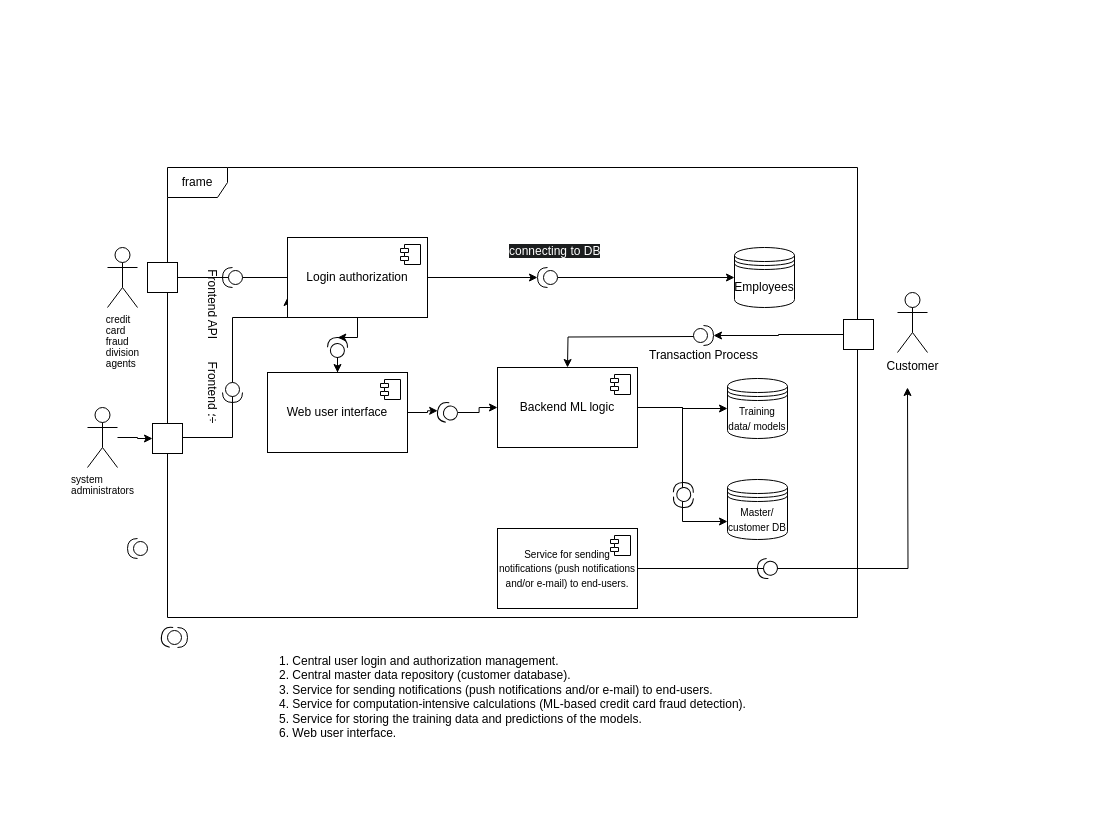
Before: gifs/Untitled Diagram.drawio in midani-47/midani-47, a draw.io diagram. Source tidied: cells renumbered, new cells numbered last; positions are measured from the earlier drawing's top-left corner, leaving out a move shared by most shapes. Both pictures are drawn from the tidied source at 100%, with x=0, y=0 at pixel (87, 167).
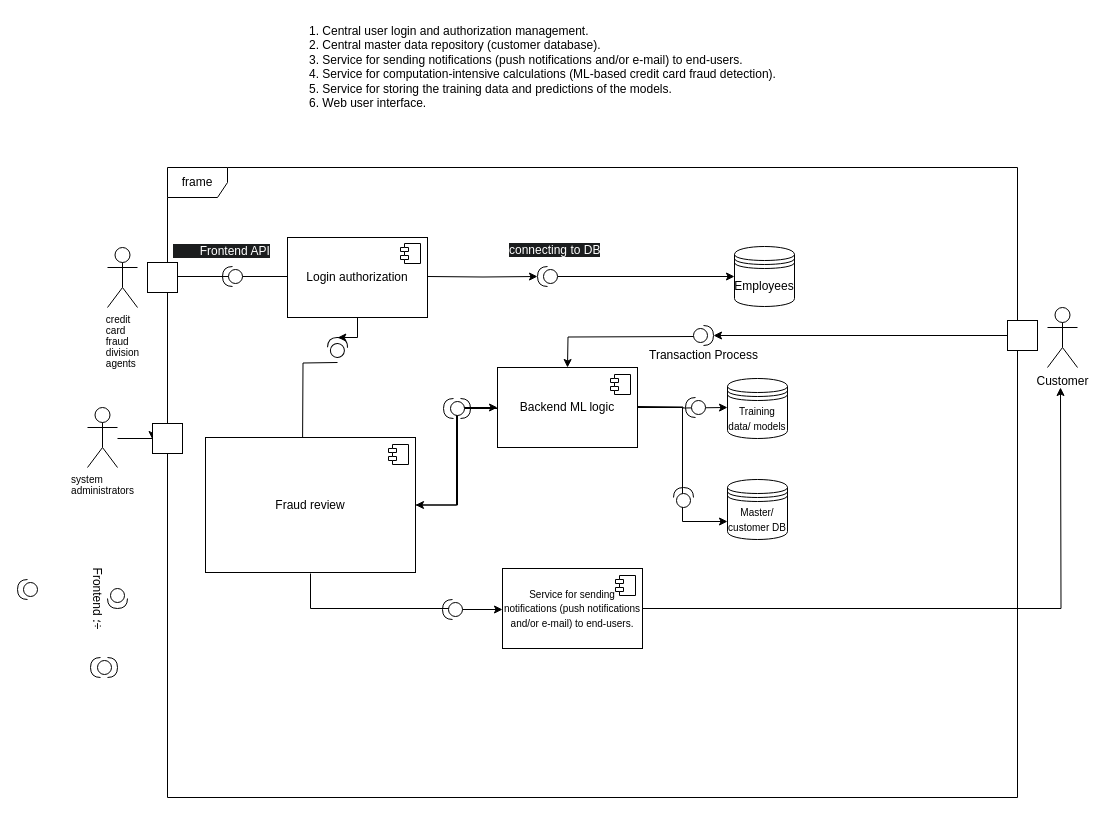
After the change.

The change refers to these unchanged cells:
```xml
<mxCell id="3" value="&lt;p style=&quot;margin: 0px; font-variant-numeric: normal; font-variant-east-asian: normal; font-variant-alternates: normal; font-size-adjust: none; font-kerning: auto; font-optical-sizing: auto; font-feature-settings: normal; font-variation-settings: normal; font-variant-position: normal; font-variant-emoji: normal; font-stretch: normal; font-size: 10px; line-height: normal; text-align: start; text-wrap-mode: wrap;&quot; class=&quot;p1&quot;&gt;&lt;font style=&quot;color: light-dark(rgb(0, 0, 0), rgb(255, 255, 255));&quot;&gt;system administrators&lt;/font&gt;&lt;/p&gt;" style="shape=umlActor;verticalLabelPosition=bottom;verticalAlign=top;html=1;outlineConnect=0;" parent="1" vertex="1">
  <mxGeometry y="240" width="30" height="60" as="geometry" />
</mxCell>
<mxCell id="6" style="shape=providedRequiredInterface;html=1;verticalLabelPosition=bottom;sketch=0;rotation=-88;" parent="1" vertex="1">
  <mxGeometry x="240" y="170" width="20" height="20" as="geometry" />
</mxCell>
<mxCell id="8" style="html=1;rounded=0;" parent="1" vertex="1">
  <mxGeometry x="60" y="95" width="30" height="30" as="geometry" />
</mxCell>
<mxCell id="11" style="html=1;rounded=0;" parent="1" vertex="1">
  <mxGeometry x="65" y="256" width="30" height="30" as="geometry" />
</mxCell>
<mxCell id="14" value="Login authorization" style="html=1;whiteSpace=wrap;" parent="1" vertex="1">
  <mxGeometry x="200" y="70" width="140" height="80" as="geometry" />
</mxCell>
<mxCell id="27" value="Backend ML logic" style="html=1;whiteSpace=wrap;" parent="1" vertex="1">
  <mxGeometry x="410" y="200" width="140" height="80" as="geometry" />
</mxCell>
<mxCell id="31" value="&lt;span style=&quot;font-size: 10px;&quot;&gt;Training data/ models&lt;/span&gt;" style="shape=datastore;whiteSpace=wrap;html=1;" parent="1" vertex="1">
  <mxGeometry x="640" y="211" width="60" height="60" as="geometry" />
</mxCell>
```

What changed in the source:
```diff
@@
-    <mxCell id="2" style="edgeStyle=orthogonalEdgeStyle;rounded=0;jettySize=auto;html=1;entryX=0;entryY=0.5;entryDx=0;entryDy=0;" parent="1" edge="1" source="3" target="11">
-      <mxGeometry relative="1" as="geometry" />
+    <mxCell id="2" style="edgeStyle=orthogonalEdgeStyle;rounded=0;orthogonalLoop=1;jettySize=auto;html=1;entryX=0;entryY=0.5;entryDx=0;entryDy=0;" parent="1" edge="1">
+      <mxGeometry relative="1" as="geometry">
+        <mxPoint x="30" y="271" as="sourcePoint" />
+        <mxPoint x="65" y="272" as="targetPoint" />
+      </mxGeometry>
     </mxCell>
@@
     <mxCell id="4" value="1. Central user login and authorization management.&#10;2. Central master data repository (customer database).&#10;3. Service for sending notifications (push notifications and/or e-mail) to end-users.&#10;4. Service for computation-intensive calculations (ML-based credit card fraud detection).&#10;5. Service for storing the training data and predictions of the models.&#10;6. Web user interface." style="text;whiteSpace=wrap;html=1;" parent="1" vertex="1">
-      <mxGeometry x="190" y="480" width="500" height="110" as="geometry" />
+      <mxGeometry x="220" y="-150" width="500" height="110" as="geometry" />
     </mxCell>
-    <mxCell id="5" style="edgeStyle=orthogonalEdgeStyle;rounded=0;jettySize=auto;html=1;" parent="1" edge="1" source="6" target="16">
-      <mxGeometry relative="1" as="geometry" />
+    <mxCell id="5" style="edgeStyle=orthogonalEdgeStyle;rounded=0;orthogonalLoop=1;jettySize=auto;html=1;" parent="1" edge="1">
+      <mxGeometry relative="1" as="geometry">
+        <mxPoint x="250" y="195" as="sourcePoint" />
+        <mxPoint x="215" y="290" as="targetPoint" />
+      </mxGeometry>
     </mxCell>
@@
     <mxCell id="7" value="frame" style="shape=umlFrame;whiteSpace=wrap;html=1;" parent="1" vertex="1">
-      <mxGeometry x="80" width="690" height="450" as="geometry" />
+      <mxGeometry x="80" width="850" height="630" as="geometry" />
     </mxCell>
@@
-    <mxCell id="9" style="endArrow=none;html=1;rounded=0;align=center;verticalAlign=top;endFill=0;labelBackgroundColor=none;endSize=2;" parent="1" edge="1" source="8" target="14">
-      <mxGeometry relative="1" as="geometry" />
+    <mxCell id="9" style="endArrow=none;html=1;rounded=0;align=center;verticalAlign=top;endFill=0;labelBackgroundColor=none;endSize=2;" parent="1" edge="1">
+      <mxGeometry relative="1" as="geometry">
+        <mxPoint x="90" y="109" as="sourcePoint" />
+        <mxPoint x="200" y="109" as="targetPoint" />
+      </mxGeometry>
     </mxCell>
-    <mxCell id="10" style="edgeStyle=orthogonalEdgeStyle;rounded=0;orthogonalLoop=1;jettySize=auto;html=1;entryX=0;entryY=0.5;entryDx=0;entryDy=0;" parent="1" edge="1">
-      <mxGeometry relative="1" as="geometry">
-        <mxPoint x="145" y="235" as="sourcePoint" />
-        <mxPoint x="200" y="130" as="targetPoint" />
-        <Array as="points">
-          <mxPoint x="145" y="150" />
-          <mxPoint x="200" y="150" />
-        </Array>
-      </mxGeometry>
-    </mxCell>
@@
-    <mxCell id="13" style="edgeStyle=orthogonalEdgeStyle;rounded=0;jettySize=auto;html=1;" parent="1" edge="1" source="14" target="23">
-      <mxGeometry relative="1" as="geometry" />
+    <mxCell id="13" style="edgeStyle=orthogonalEdgeStyle;rounded=0;jettySize=auto;html=1;" parent="1" edge="1" target="23">
+      <mxGeometry relative="1" as="geometry">
+        <mxPoint x="340" y="109" as="sourcePoint" />
+      </mxGeometry>
     </mxCell>
@@
     <mxCell id="15" style="shape=module;jettyWidth=8;jettyHeight=4;" parent="14" vertex="1">
       <mxGeometry x="1" width="20" height="20" relative="1" as="geometry">
-        <mxPoint x="-27" y="7" as="offset" />
+        <mxPoint x="-27" y="6" as="offset" />
       </mxGeometry>
     </mxCell>
+    <mxCell id="49" style="edgeStyle=orthogonalEdgeStyle;rounded=0;jettySize=auto;html=1;entryX=0;entryY=0.5;entryDx=0;entryDy=0;" parent="1" edge="1" source="16" target="27">
+      <mxGeometry relative="1" as="geometry" />
+    </mxCell>
+    <mxCell id="50" style="edgeStyle=orthogonalEdgeStyle;rounded=0;orthogonalLoop=1;jettySize=auto;html=1;" parent="1" edge="1">
+      <mxGeometry relative="1" as="geometry">
+        <mxPoint x="223" y="406" as="sourcePoint" />
+        <mxPoint x="415" y="442" as="targetPoint" />
+        <Array as="points">
+          <mxPoint x="223" y="441" />
+          <mxPoint x="372" y="441" />
+          <mxPoint x="372" y="442" />
+        </Array>
+      </mxGeometry>
+    </mxCell>
-    <mxCell id="16" value="Web user interface" style="html=1;whiteSpace=wrap;" parent="1" vertex="1">
-      <mxGeometry x="180" y="205" width="140" height="80" as="geometry" />
+    <mxCell id="16" value="Fraud review" style="html=1;whiteSpace=wrap;" parent="1" vertex="1">
+      <mxGeometry x="118" y="270" width="210" height="135" as="geometry" />
     </mxCell>
@@
     <mxCell id="18" value="Employees" style="shape=datastore;whiteSpace=wrap;html=1;" parent="1" vertex="1">
-      <mxGeometry x="647" y="80" width="60" height="60" as="geometry" />
+      <mxGeometry x="647" y="79" width="60" height="60" as="geometry" />
     </mxCell>
-    <mxCell id="19" value="&lt;span style=&quot;white-space: pre;&quot;&gt;&#9;&lt;span style=&quot;white-space: pre;&quot;&gt;&#9;&lt;/span&gt;Frontend API&lt;/span&gt;" style="shape=providedRequiredInterface;html=1;verticalLabelPosition=bottom;sketch=0;direction=south;rotation=90;" parent="1" vertex="1">
-      <mxGeometry x="135" y="100" width="20" height="20" as="geometry" />
+    <mxCell id="19" style="shape=providedRequiredInterface;html=1;verticalLabelPosition=bottom;sketch=0;direction=south;rotation=90;" parent="1" vertex="1">
+      <mxGeometry x="135" y="99" width="20" height="20" as="geometry" />
     </mxCell>
-    <mxCell id="20" style="edgeStyle=orthogonalEdgeStyle;rounded=0;jettySize=auto;html=1;entryX=0;entryY=0.5;entryDx=0;entryDy=0;" parent="1" edge="1" source="11" target="21">
-      <mxGeometry relative="1" as="geometry">
-        <Array as="points">
-          <mxPoint x="145" y="270" />
-        </Array>
-      </mxGeometry>
-    </mxCell>
     <mxCell id="21" value="Frontend ؛÷" style="shape=providedRequiredInterface;html=1;verticalLabelPosition=bottom;sketch=0;rotation=90;" parent="1" vertex="1">
-      <mxGeometry x="135" y="215" width="20" height="20" as="geometry" />
+      <mxGeometry x="20" y="421" width="20" height="20" as="geometry" />
     </mxCell>
@@
     <mxCell id="23" style="shape=providedRequiredInterface;html=1;verticalLabelPosition=bottom;sketch=0;rotation=-180;" parent="1" vertex="1">
-      <mxGeometry x="450" y="100" width="20" height="20" as="geometry" />
+      <mxGeometry x="450" y="99" width="20" height="20" as="geometry" />
     </mxCell>
@@
-    <mxCell id="26" style="edgeStyle=orthogonalEdgeStyle;rounded=0;jettySize=auto;html=1;" parent="1" edge="1" source="27" target="31">
-      <mxGeometry relative="1" as="geometry" />
+    <mxCell id="26" style="edgeStyle=orthogonalEdgeStyle;rounded=0;orthogonalLoop=1;jettySize=auto;html=1;" parent="1" edge="1">
+      <mxGeometry relative="1" as="geometry">
+        <mxPoint x="550" y="239" as="sourcePoint" />
+        <mxPoint x="640" y="240" as="targetPoint" />
+      </mxGeometry>
     </mxCell>
+    <mxCell id="51" style="edgeStyle=orthogonalEdgeStyle;rounded=0;jettySize=auto;html=1;entryX=1;entryY=0.5;entryDx=0;entryDy=0;" parent="1" edge="1" target="16">
+      <mxGeometry relative="1" as="geometry">
+        <mxPoint x="450" y="240" as="sourcePoint" />
+        <Array as="points">
+          <mxPoint x="450" y="241" />
+          <mxPoint x="370" y="241" />
+          <mxPoint x="370" y="338" />
+        </Array>
+      </mxGeometry>
+    </mxCell>
@@
-    <mxCell id="29" style="edgeStyle=orthogonalEdgeStyle;rounded=0;jettySize=auto;html=1;entryX=0;entryY=0.5;entryDx=0;entryDy=0;" parent="1" edge="1" source="30" target="27">
-      <mxGeometry relative="1" as="geometry" />
-    </mxCell>
-    <mxCell id="30" style="shape=providedRequiredInterface;html=1;verticalLabelPosition=bottom;sketch=0;rotation=-170;" parent="1" vertex="1">
-      <mxGeometry x="350" y="235" width="20" height="20" as="geometry" />
-    </mxCell>
@@
     <mxCell id="32" value="&lt;span style=&quot;color: rgb(255, 255, 255); font-family: Helvetica; font-size: 12px; font-style: normal; font-variant-ligatures: normal; font-variant-caps: normal; font-weight: 400; letter-spacing: normal; orphans: 2; text-align: center; text-indent: 0px; text-transform: none; widows: 2; word-spacing: 0px; -webkit-text-stroke-width: 0px; white-space: nowrap; background-color: rgb(27, 29, 30); text-decoration-thickness: initial; text-decoration-style: initial; text-decoration-color: initial; display: inline !important; float: none;&quot;&gt;connecting to DB&lt;/span&gt;" style="text;whiteSpace=wrap;html=1;" parent="1" vertex="1">
-      <mxGeometry x="420" y="70" width="120" height="40" as="geometry" />
+      <mxGeometry x="420" y="69" width="110" height="40" as="geometry" />
     </mxCell>
@@
-    <mxCell id="34" style="shape=providedRequiredInterface;html=1;verticalLabelPosition=bottom;sketch=0;rotation=95;" parent="1" vertex="1">
+    <mxCell id="34" style="shape=providedRequiredInterface;html=1;verticalLabelPosition=bottom;sketch=0;rotation=-90;" parent="1" vertex="1">
       <mxGeometry x="586" y="320" width="20" height="20" as="geometry" />
     </mxCell>
-    <mxCell id="35" style="shape=requiredInterface;html=1;verticalLabelPosition=bottom;sketch=0;rotation=-88;" parent="1" vertex="1">
-      <mxGeometry x="591" y="310" width="10" height="20" as="geometry" />
-    </mxCell>
-    <mxCell id="36" style="edgeStyle=orthogonalEdgeStyle;rounded=0;jettySize=auto;html=1;" parent="1" edge="1" source="37">
+    <mxCell id="36" style="edgeStyle=orthogonalEdgeStyle;rounded=0;jettySize=auto;html=1;exitX=1;exitY=0.5;exitDx=0;exitDy=0;" parent="1" edge="1" source="37">
       <mxGeometry relative="1" as="geometry">
-        <mxPoint x="820" y="220" as="targetPoint" />
+        <mxPoint x="973" y="220" as="targetPoint" />
       </mxGeometry>
     </mxCell>
     <mxCell id="37" value="&lt;span style=&quot;text-align: left;&quot;&gt;&lt;font style=&quot;font-size: 10px;&quot;&gt;Service for sending notifications (push notifications and/or e-mail) to end-users.&lt;/font&gt;&lt;/span&gt;" style="html=1;whiteSpace=wrap;" parent="1" vertex="1">
-      <mxGeometry x="410" y="361" width="140" height="80" as="geometry" />
+      <mxGeometry x="415" y="401" width="140" height="80" as="geometry" />
     </mxCell>
@@
     <mxCell id="39" value="Customer" style="shape=umlActor;verticalLabelPosition=bottom;verticalAlign=top;html=1;" parent="1" vertex="1">
-      <mxGeometry x="810" y="125" width="30" height="60" as="geometry" />
+      <mxGeometry x="960" y="140" width="30" height="60" as="geometry" />
     </mxCell>
@@
     <mxCell id="41" style="html=1;rounded=0;" parent="1" vertex="1">
-      <mxGeometry x="756" y="152" width="30" height="30" as="geometry" />
+      <mxGeometry x="920" y="153" width="30" height="30" as="geometry" />
     </mxCell>
     <mxCell id="42" style="shape=providedRequiredInterface;html=1;verticalLabelPosition=bottom;sketch=0;" parent="1" vertex="1">
-      <mxGeometry x="80" y="460" width="20" height="20" as="geometry" />
+      <mxGeometry x="10" y="490" width="20" height="20" as="geometry" />
     </mxCell>
-    <mxCell id="43" style="shape=requiredInterface;html=1;verticalLabelPosition=bottom;sketch=0;rotation=-170;" parent="1" vertex="1">
-      <mxGeometry x="74" y="459" width="10" height="20" as="geometry" />
+    <mxCell id="43" style="shape=requiredInterface;html=1;verticalLabelPosition=bottom;sketch=0;rotation=-180;" parent="1" vertex="1">
+      <mxGeometry x="3" y="490" width="10" height="20" as="geometry" />
     </mxCell>
-    <mxCell id="44" style="shape=providedRequiredInterface;html=1;verticalLabelPosition=bottom;sketch=0;rotation=-180;" parent="1" vertex="1">
-      <mxGeometry x="40" y="371" width="20" height="20" as="geometry" />
-    </mxCell>
@@
-    <mxCell id="47" style="edgeStyle=orthogonalEdgeStyle;rounded=0;jettySize=auto;html=1;entryX=1;entryY=0.5;entryDx=0;entryDy=0;entryPerimeter=0;" parent="1" edge="1" source="16" target="30">
-      <mxGeometry relative="1" as="geometry" />
-    </mxCell>
-    <mxCell id="48" style="shape=providedRequiredInterface;html=1;verticalLabelPosition=bottom;sketch=0;rotation=-185;" parent="1" vertex="1">
-      <mxGeometry x="670" y="391" width="20" height="20" as="geometry" />
+    <mxCell id="48" style="shape=providedRequiredInterface;html=1;verticalLabelPosition=bottom;sketch=0;rotation=-180;" parent="1" vertex="1">
+      <mxGeometry x="-70" y="412" width="20" height="20" as="geometry" />
     </mxCell>
+    <mxCell id="52" value="&lt;span style=&quot;forced-color-adjust: none; box-shadow: none !important; color: rgb(255, 255, 255); font-family: Helvetica; font-size: 12px; font-style: normal; font-variant-ligatures: normal; font-variant-caps: normal; font-weight: 400; letter-spacing: normal; orphans: 2; text-align: center; text-indent: 0px; text-transform: none; widows: 2; word-spacing: 0px; -webkit-text-stroke-width: 0px; white-space: pre; background-color: rgb(27, 29, 30); text-decoration-thickness: initial; text-decoration-style: initial; text-decoration-color: initial;&quot;&gt;&lt;span style=&quot;white-space: pre;&quot;&gt;&amp;nbsp;&amp;nbsp;&amp;nbsp;&amp;nbsp;&lt;/span&gt;&lt;span style=&quot;forced-color-adjust: none; box-shadow: none !important; white-space: pre;&quot;&gt;&lt;span style=&quot;white-space: pre;&quot;&gt;&amp;nbsp;&amp;nbsp;&amp;nbsp;&amp;nbsp;&lt;/span&gt;&lt;/span&gt;Frontend API&lt;/span&gt;" style="text;whiteSpace=wrap;html=1;" parent="1" vertex="1">
+      <mxGeometry x="84" y="70" width="130" height="40" as="geometry" />
+    </mxCell>
+    <mxCell id="44" style="shape=providedRequiredInterface;html=1;verticalLabelPosition=bottom;sketch=0;rotation=-180;" parent="1" vertex="1">
+      <mxGeometry x="598" y="230" width="20" height="20" as="geometry" />
+    </mxCell>
+    <mxCell id="53" style="shape=providedRequiredInterface;html=1;verticalLabelPosition=bottom;sketch=0;rotation=-180;" parent="1" vertex="1">
+      <mxGeometry x="355" y="432" width="20" height="20" as="geometry" />
+    </mxCell>
+    <mxCell id="54" style="shape=providedRequiredInterface;html=1;verticalLabelPosition=bottom;sketch=0;" parent="1" vertex="1">
+      <mxGeometry x="363" y="231" width="20" height="20" as="geometry" />
+    </mxCell>
+    <mxCell id="55" style="shape=requiredInterface;html=1;verticalLabelPosition=bottom;sketch=0;rotation=-180;" parent="1" vertex="1">
+      <mxGeometry x="356" y="231" width="10" height="20" as="geometry" />
+    </mxCell>
```
